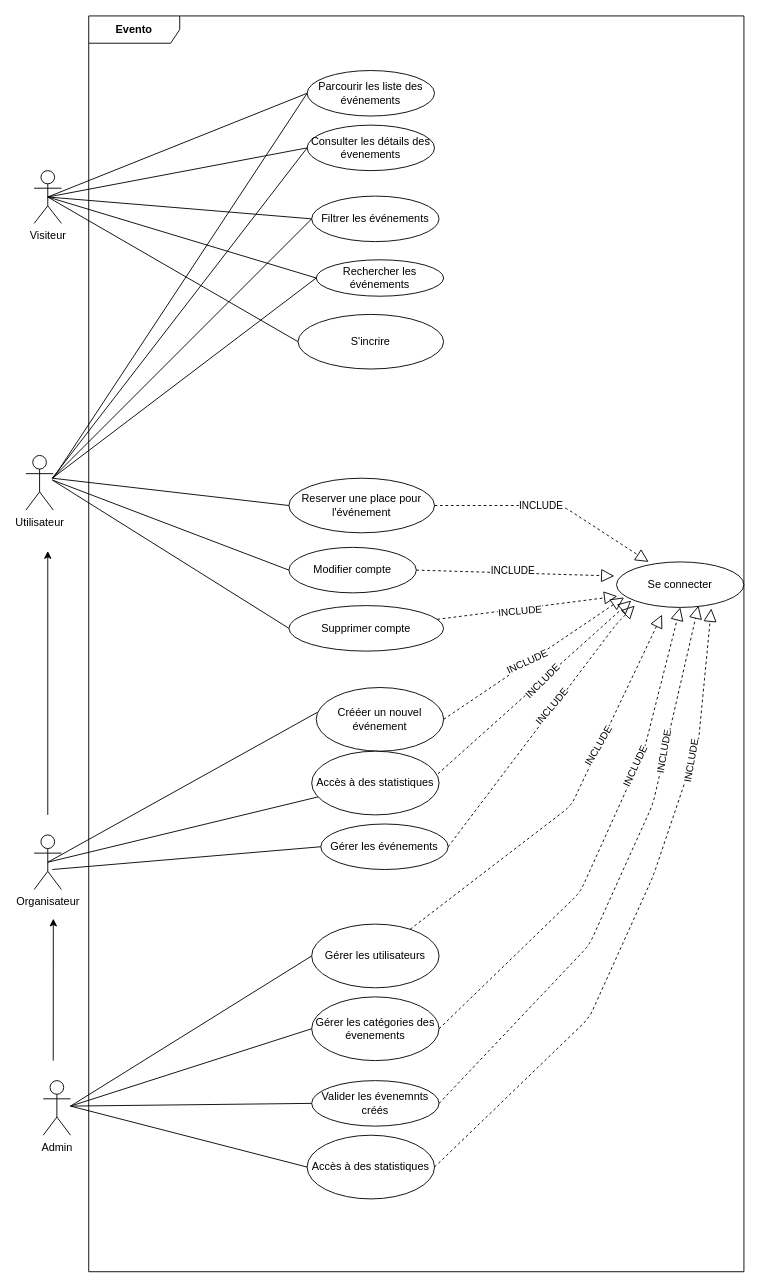
Earlier version of the draw.io diagram conception/UC.drawio (AmeksaKhadija/Evento). Source tidied: cells renumbered, new cells numbered last; positions are measured from the earlier drawing's top-left corner, leaving out a move shared by most shapes. Both pictures are drawn from the tidied source at 91%, with x=0, y=0 at pixel (25, 15).
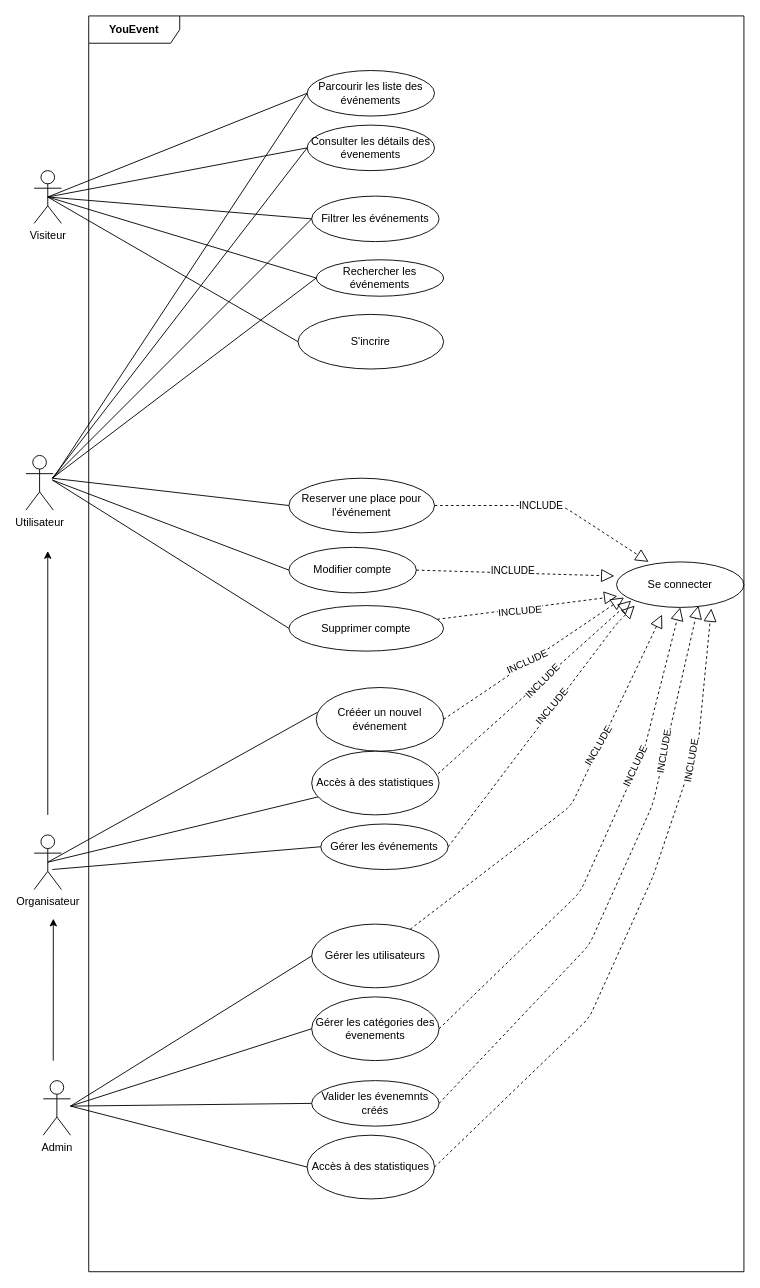
The same page after the edit.

What changed in the source:
```diff
@@
-    <mxCell id="33" value="Evento" style="shape=umlFrame;whiteSpace=wrap;html=1;width=100;height=30;fontStyle=1;" parent="1" vertex="1">
+    <mxCell id="33" value="YouEvent" style="shape=umlFrame;whiteSpace=wrap;html=1;width=100;height=30;fontStyle=1;" parent="1" vertex="1">
       <mxGeometry x="69" width="720" height="1380" as="geometry" />
     </mxCell>
```
